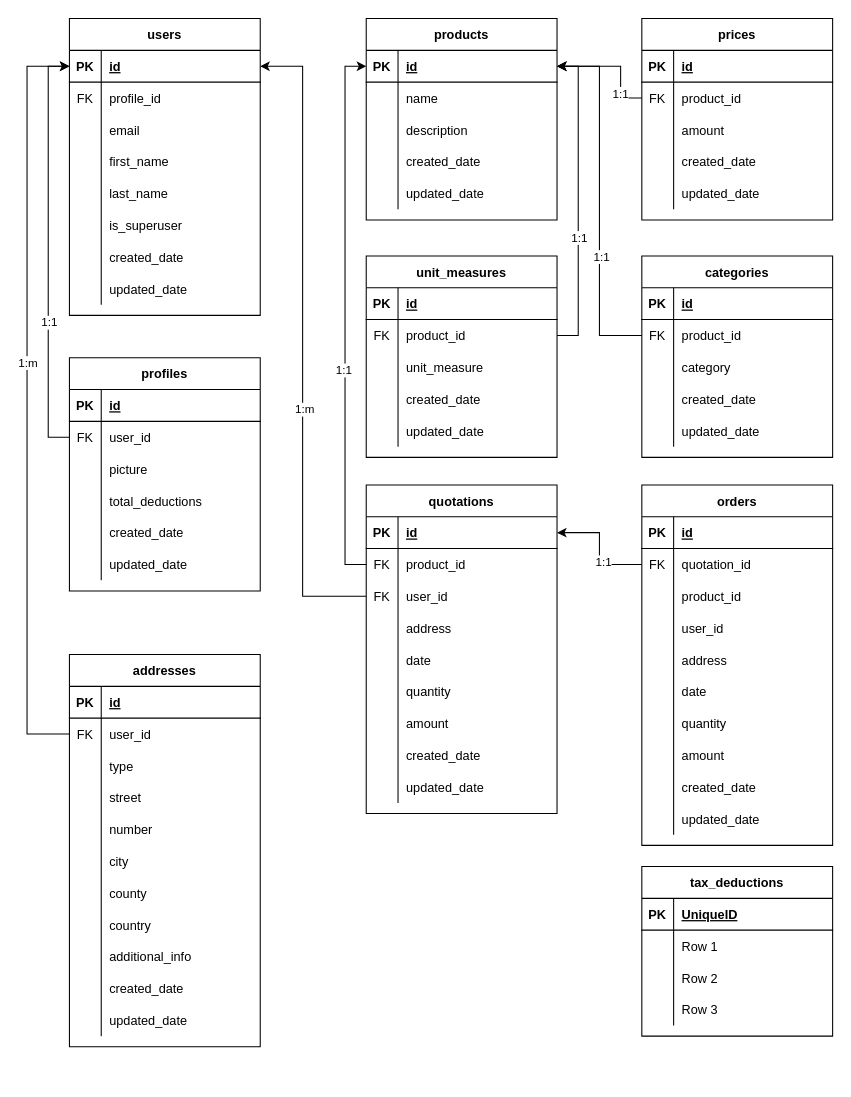
Earlier version of the draw.io diagram Untitled Diagram.drawio (PixLix1/donations_point). Source tidied: cells renumbered, new cells numbered last; positions are measured from the earlier drawing's top-left corner, leaving out a move shared by most shapes. Both pictures are drawn from the tidied source at 106%, with x=0, y=0 at pixel (26, 18).
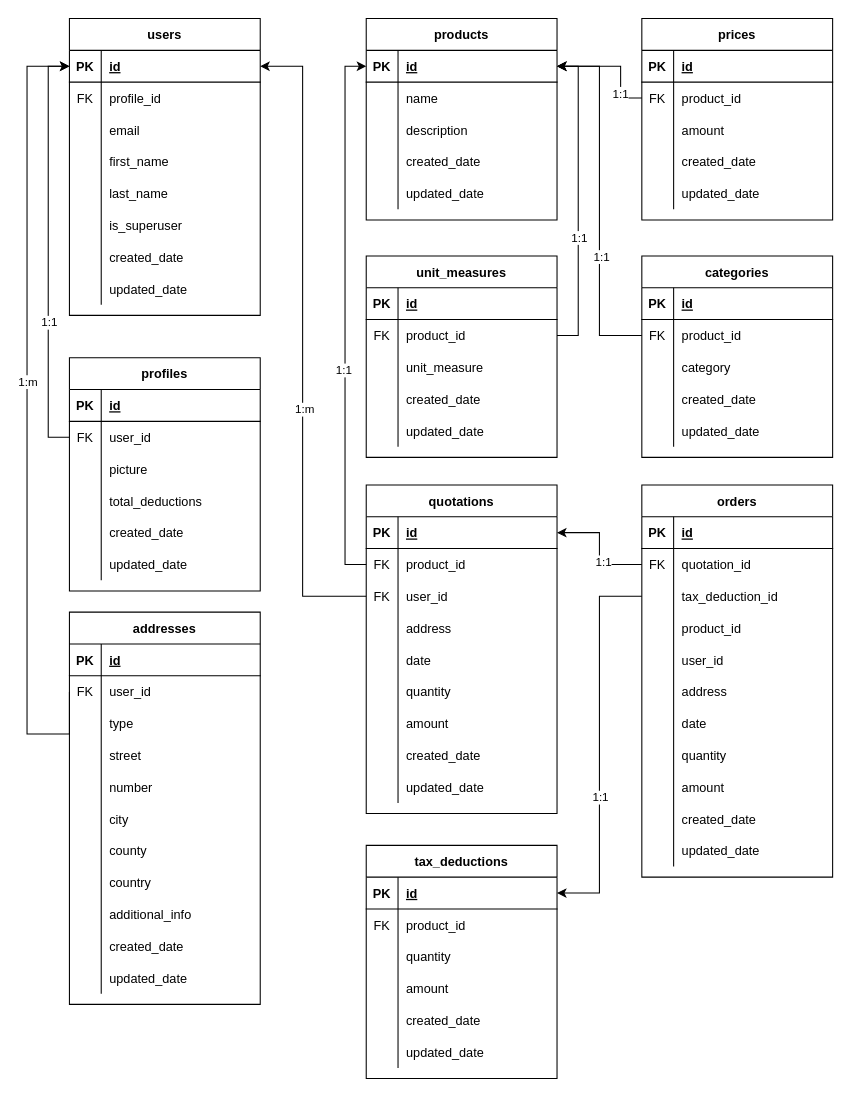
Above is the later version.

Unchanged cells that the change refers to:
```xml
<mxCell id="220" style="shape=partialRectangle;fillColor=none;top=0;left=0;bottom=1;right=0;points=[[0,0.5],[1,0.5]];portConstraint=eastwest;" parent="219" vertex="1">
  <mxGeometry y="30" width="180" height="30" as="geometry" />
</mxCell>
<mxCell id="223" style="shape=partialRectangle;fillColor=none;top=0;left=0;bottom=0;right=0;" parent="219" vertex="1">
  <mxGeometry y="60" width="180" height="30" as="geometry" />
</mxCell>
<mxCell id="226" style="shape=partialRectangle;fillColor=none;top=0;left=0;bottom=0;right=0;" parent="219" vertex="1">
  <mxGeometry y="90" width="180" height="30" as="geometry" />
</mxCell>
<mxCell id="229" style="shape=partialRectangle;fillColor=none;top=0;left=0;bottom=0;right=0;" parent="219" vertex="1">
  <mxGeometry y="120" width="180" height="30" as="geometry" />
</mxCell>
```

Diff of the diagram source:
```diff
@@
     <mxCell id="43" value="addresses" style="shape=table;startSize=30;childLayout=tableLayout;rowLines=0;fontStyle=1;align=center;" parent="1" vertex="1">
-      <mxGeometry x="40" y="600" width="180" height="370" as="geometry" />
+      <mxGeometry x="40" y="560" width="180" height="370" as="geometry" />
     </mxCell>
@@
     <mxCell id="186" value="orders" style="shape=table;startSize=30;childLayout=tableLayout;rowLines=0;fontStyle=1;align=center;" parent="1" vertex="1">
-      <mxGeometry x="580" y="440" width="180" height="340" as="geometry" />
+      <mxGeometry x="580" y="440" width="180" height="370" as="geometry" />
     </mxCell>
@@
+    <mxCell id="232" style="shape=partialRectangle;fillColor=none;top=0;left=0;bottom=0;right=0;points=[[0,0.5],[1,0.5]];portConstraint=eastwest;" parent="186" vertex="1">
+      <mxGeometry y="90" width="180" height="30" as="geometry" />
+    </mxCell>
+    <mxCell id="233" style="shape=partialRectangle;fillColor=none;top=0;left=0;bottom=0;right=0;overflow=hidden;" parent="232" vertex="1">
+      <mxGeometry width="30" height="30" as="geometry" />
+    </mxCell>
+    <mxCell id="234" value="tax_deduction_id" style="shape=partialRectangle;fillColor=none;top=0;left=0;bottom=0;right=0;align=left;spacingLeft=6;overflow=hidden;" parent="232" vertex="1">
+      <mxGeometry x="30" width="150" height="30" as="geometry" />
+    </mxCell>
     <mxCell id="193" style="shape=partialRectangle;fillColor=none;top=0;left=0;bottom=0;right=0;" parent="186" vertex="1">
-      <mxGeometry y="90" width="180" height="30" as="geometry" />
+      <mxGeometry y="120" width="180" height="30" as="geometry" />
     </mxCell>
@@
     <mxCell id="196" style="shape=partialRectangle;fillColor=none;top=0;left=0;bottom=0;right=0;" parent="186" vertex="1">
-      <mxGeometry y="120" width="180" height="30" as="geometry" />
+      <mxGeometry y="150" width="180" height="30" as="geometry" />
     </mxCell>
@@
     <mxCell id="199" style="shape=partialRectangle;fillColor=none;top=0;left=0;bottom=0;right=0;" parent="186" vertex="1">
-      <mxGeometry y="150" width="180" height="30" as="geometry" />
+      <mxGeometry y="180" width="180" height="30" as="geometry" />
     </mxCell>
@@
     <mxCell id="202" style="shape=partialRectangle;fillColor=none;top=0;left=0;bottom=0;right=0;" parent="186" vertex="1">
-      <mxGeometry y="180" width="180" height="30" as="geometry" />
+      <mxGeometry y="210" width="180" height="30" as="geometry" />
     </mxCell>
@@
     <mxCell id="205" style="shape=partialRectangle;fillColor=none;top=0;left=0;bottom=0;right=0;" parent="186" vertex="1">
-      <mxGeometry y="210" width="180" height="30" as="geometry" />
+      <mxGeometry y="240" width="180" height="30" as="geometry" />
     </mxCell>
@@
     <mxCell id="208" style="shape=partialRectangle;fillColor=none;top=0;left=0;bottom=0;right=0;" parent="186" vertex="1">
-      <mxGeometry y="240" width="180" height="30" as="geometry" />
+      <mxGeometry y="270" width="180" height="30" as="geometry" />
     </mxCell>
@@
     <mxCell id="211" style="shape=partialRectangle;fillColor=none;top=0;left=0;bottom=0;right=0;" parent="186" vertex="1">
-      <mxGeometry y="270" width="180" height="30" as="geometry" />
+      <mxGeometry y="300" width="180" height="30" as="geometry" />
     </mxCell>
@@
     <mxCell id="214" style="shape=partialRectangle;fillColor=none;top=0;left=0;bottom=0;right=0;" parent="186" vertex="1">
-      <mxGeometry y="300" width="180" height="30" as="geometry" />
+      <mxGeometry y="330" width="180" height="30" as="geometry" />
     </mxCell>
@@
     <mxCell id="219" value="tax_deductions" style="shape=table;startSize=30;childLayout=tableLayout;rowLines=0;fontStyle=1;align=center;" parent="1" vertex="1">
-      <mxGeometry x="580" y="800" width="180" height="160" as="geometry" />
+      <mxGeometry x="320" y="780" width="180" height="220" as="geometry" />
     </mxCell>
@@
-    <mxCell id="222" value="UniqueID" style="shape=partialRectangle;fillColor=none;top=0;left=0;bottom=0;right=0;align=left;spacingLeft=6;fontStyle=5;overflow=hidden;" parent="220" vertex="1">
+    <mxCell id="222" value="id" style="shape=partialRectangle;fillColor=none;top=0;left=0;bottom=0;right=0;align=left;spacingLeft=6;fontStyle=5;overflow=hidden;" parent="220" vertex="1">
       <mxGeometry x="30" width="150" height="30" as="geometry" />
     </mxCell>
@@
-    <mxCell id="224" style="shape=partialRectangle;fillColor=none;top=0;left=0;bottom=0;right=0;overflow=hidden;" parent="223" vertex="1">
+    <mxCell id="224" value="FK" style="shape=partialRectangle;fillColor=none;top=0;left=0;bottom=0;right=0;overflow=hidden;" parent="223" vertex="1">
       <mxGeometry width="30" height="30" as="geometry" />
     </mxCell>
-    <mxCell id="225" value="Row 1" style="shape=partialRectangle;fillColor=none;top=0;left=0;bottom=0;right=0;align=left;spacingLeft=6;overflow=hidden;" parent="223" vertex="1">
+    <mxCell id="225" value="product_id" style="shape=partialRectangle;fillColor=none;top=0;left=0;bottom=0;right=0;align=left;spacingLeft=6;overflow=hidden;" parent="223" vertex="1">
       <mxGeometry x="30" width="150" height="30" as="geometry" />
     </mxCell>
@@
-    <mxCell id="228" value="Row 2" style="shape=partialRectangle;fillColor=none;top=0;left=0;bottom=0;right=0;align=left;spacingLeft=6;overflow=hidden;" parent="226" vertex="1">
+    <mxCell id="228" value="quantity" style="shape=partialRectangle;fillColor=none;top=0;left=0;bottom=0;right=0;align=left;spacingLeft=6;overflow=hidden;" parent="226" vertex="1">
       <mxGeometry x="30" width="150" height="30" as="geometry" />
     </mxCell>
@@
-    <mxCell id="231" value="Row 3" style="shape=partialRectangle;fillColor=none;top=0;left=0;bottom=0;right=0;align=left;spacingLeft=6;overflow=hidden;" parent="229" vertex="1">
+    <mxCell id="231" value="amount" style="shape=partialRectangle;fillColor=none;top=0;left=0;bottom=0;right=0;align=left;spacingLeft=6;overflow=hidden;" parent="229" vertex="1">
       <mxGeometry x="30" width="150" height="30" as="geometry" />
     </mxCell>
+    <mxCell id="235" style="shape=partialRectangle;fillColor=none;top=0;left=0;bottom=0;right=0;" parent="219" vertex="1">
+      <mxGeometry y="150" width="180" height="30" as="geometry" />
+    </mxCell>
+    <mxCell id="236" style="shape=partialRectangle;fillColor=none;top=0;left=0;bottom=0;right=0;overflow=hidden;" parent="235" vertex="1">
+      <mxGeometry width="30" height="30" as="geometry" />
+    </mxCell>
+    <mxCell id="237" value="created_date" style="shape=partialRectangle;fillColor=none;top=0;left=0;bottom=0;right=0;align=left;spacingLeft=6;overflow=hidden;" parent="235" vertex="1">
+      <mxGeometry x="30" width="150" height="30" as="geometry" />
+    </mxCell>
+    <mxCell id="238" style="shape=partialRectangle;fillColor=none;top=0;left=0;bottom=0;right=0;" parent="219" vertex="1">
+      <mxGeometry y="180" width="180" height="30" as="geometry" />
+    </mxCell>
+    <mxCell id="239" style="shape=partialRectangle;fillColor=none;top=0;left=0;bottom=0;right=0;overflow=hidden;" parent="238" vertex="1">
+      <mxGeometry width="30" height="30" as="geometry" />
+    </mxCell>
+    <mxCell id="240" value="updated_date" style="shape=partialRectangle;fillColor=none;top=0;left=0;bottom=0;right=0;align=left;spacingLeft=6;overflow=hidden;" parent="238" vertex="1">
+      <mxGeometry x="30" width="150" height="30" as="geometry" />
+    </mxCell>
+    <mxCell id="241" style="edgeStyle=orthogonalEdgeStyle;rounded=0;jettySize=auto;html=1;exitX=0;exitY=0.5;exitDx=0;exitDy=0;entryX=1;entryY=0.5;entryDx=0;entryDy=0;" parent="1" edge="1" source="232" target="220">
+      <mxGeometry relative="1" as="geometry" />
+    </mxCell>
+    <mxCell id="242" value="1:1" style="edgeLabel;html=1;align=center;verticalAlign=middle;" parent="241" vertex="1">
+      <mxGeometry x="0.27" relative="1" as="geometry" />
+    </mxCell>
```
